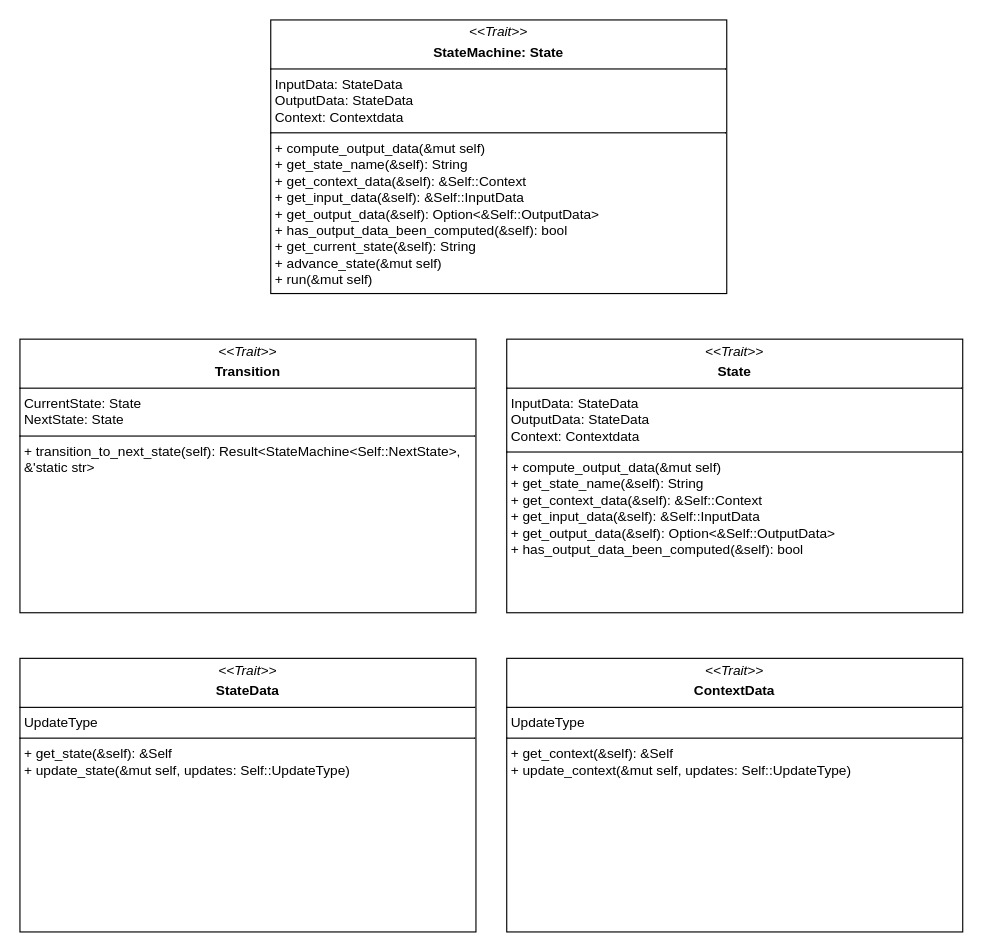
DeCa09/state_machine keeps this draw.io diagram as design/uml_class_diagram/state_machine.drawio. Above is the earlier version. Source tidied: cells renumbered, new cells numbered last; positions are measured from the earlier drawing's top-left corner, leaving out a move shared by most shapes. Both pictures are drawn from the tidied source at 114%, with x=0, y=0 at pixel (19, 19).
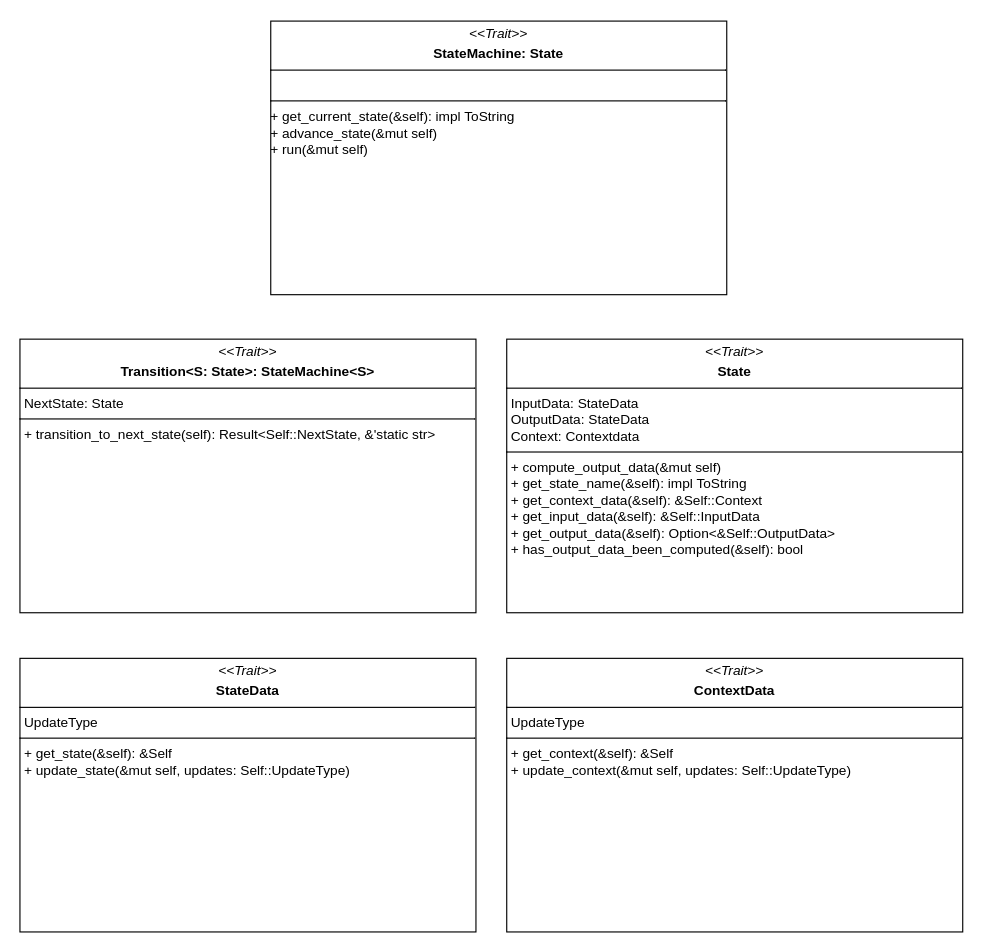
Above is the later version.

Commit message (it also covers changes not shown here):
design: update architecture diagram

Diff of the diagram source:
```diff
@@
 <mxGraphModel>
   <root>
     <mxCell id="0" />
     <mxCell id="1" parent="0" />
-    <mxCell id="2" value="&lt;p style=&quot;margin:0px;margin-top:4px;text-align:center;&quot;&gt;&lt;i&gt;&amp;lt;&amp;lt;Trait&amp;gt;&amp;gt;&lt;/i&gt;&lt;/p&gt;&lt;p style=&quot;margin:0px;margin-top:4px;text-align:center;&quot;&gt;&lt;b&gt;State&lt;/b&gt;&lt;br&gt;&lt;/p&gt;&lt;hr size=&quot;1&quot; style=&quot;border-style:solid;&quot;&gt;&lt;p style=&quot;margin:0px;margin-left:4px;&quot;&gt;InputData: StateData&lt;br&gt;OutputData: StateData&lt;/p&gt;&lt;p style=&quot;margin:0px;margin-left:4px;&quot;&gt;Context: Contextdata&lt;br&gt;&lt;/p&gt;&lt;hr size=&quot;1&quot; style=&quot;border-style:solid;&quot;&gt;&lt;p style=&quot;margin:0px;margin-left:4px;&quot;&gt;+ compute_output_data(&amp;amp;mut self)&lt;/p&gt;&lt;p style=&quot;margin:0px;margin-left:4px;&quot;&gt;+ get_state_name(&amp;amp;self): String&lt;br&gt;&lt;/p&gt;&lt;p style=&quot;margin:0px;margin-left:4px;&quot;&gt;+ get_context_data(&amp;amp;self): &amp;amp;Self::Context&lt;/p&gt;&lt;p style=&quot;margin:0px;margin-left:4px;&quot;&gt;+ get_input_data(&amp;amp;self): &amp;amp;Self::InputData&lt;/p&gt;&lt;p style=&quot;margin:0px;margin-left:4px;&quot;&gt;+ get_output_data(&amp;amp;self): Option&amp;lt;&amp;amp;Self::OutputData&amp;gt;&lt;/p&gt;&lt;p style=&quot;margin:0px;margin-left:4px;&quot;&gt;+ has_output_data_been_computed(&amp;amp;self): bool&lt;/p&gt;&lt;p style=&quot;margin:0px;margin-left:4px;&quot;&gt;&lt;/p&gt;&lt;p style=&quot;margin:0px;margin-left:4px;&quot;&gt;&lt;/p&gt;&lt;p style=&quot;margin:0px;margin-left:4px;&quot;&gt;&lt;/p&gt;" style="verticalAlign=top;align=left;overflow=fill;html=1;whiteSpace=wrap;" parent="1" vertex="1">
+    <mxCell id="2" value="&lt;p style=&quot;margin:0px;margin-top:4px;text-align:center;&quot;&gt;&lt;i&gt;&amp;lt;&amp;lt;Trait&amp;gt;&amp;gt;&lt;/i&gt;&lt;/p&gt;&lt;p style=&quot;margin:0px;margin-top:4px;text-align:center;&quot;&gt;&lt;b&gt;State&lt;/b&gt;&lt;br&gt;&lt;/p&gt;&lt;hr size=&quot;1&quot; style=&quot;border-style:solid;&quot;&gt;&lt;p style=&quot;margin:0px;margin-left:4px;&quot;&gt;InputData: StateData&lt;br&gt;OutputData: StateData&lt;/p&gt;&lt;p style=&quot;margin:0px;margin-left:4px;&quot;&gt;Context: Contextdata&lt;br&gt;&lt;/p&gt;&lt;hr size=&quot;1&quot; style=&quot;border-style:solid;&quot;&gt;&lt;p style=&quot;margin:0px;margin-left:4px;&quot;&gt;+ compute_output_data(&amp;amp;mut self)&lt;/p&gt;&lt;p style=&quot;margin:0px;margin-left:4px;&quot;&gt;+ get_state_name(&amp;amp;self): impl ToString&lt;br&gt;&lt;/p&gt;&lt;p style=&quot;margin:0px;margin-left:4px;&quot;&gt;+ get_context_data(&amp;amp;self): &amp;amp;Self::Context&lt;/p&gt;&lt;p style=&quot;margin:0px;margin-left:4px;&quot;&gt;+ get_input_data(&amp;amp;self): &amp;amp;Self::InputData&lt;/p&gt;&lt;p style=&quot;margin:0px;margin-left:4px;&quot;&gt;+ get_output_data(&amp;amp;self): Option&amp;lt;&amp;amp;Self::OutputData&amp;gt;&lt;/p&gt;&lt;p style=&quot;margin:0px;margin-left:4px;&quot;&gt;+ has_output_data_been_computed(&amp;amp;self): bool&lt;/p&gt;&lt;p style=&quot;margin:0px;margin-left:4px;&quot;&gt;&lt;/p&gt;&lt;p style=&quot;margin:0px;margin-left:4px;&quot;&gt;&lt;/p&gt;&lt;p style=&quot;margin:0px;margin-left:4px;&quot;&gt;&lt;/p&gt;" style="verticalAlign=top;align=left;overflow=fill;html=1;whiteSpace=wrap;" parent="1" vertex="1">
       <mxGeometry x="427" y="280" width="400" height="240" as="geometry" />
     </mxCell>
     <mxCell id="3" value="&lt;p style=&quot;margin:0px;margin-top:4px;text-align:center;&quot;&gt;&lt;i&gt;&amp;lt;&amp;lt;Trait&amp;gt;&amp;gt;&lt;/i&gt;&lt;/p&gt;&lt;p style=&quot;margin:0px;margin-top:4px;text-align:center;&quot;&gt;&lt;b&gt;ContextData&lt;/b&gt;&lt;br&gt;&lt;/p&gt;&lt;hr size=&quot;1&quot; style=&quot;border-style:solid;&quot;&gt;&lt;p style=&quot;margin:0px;margin-left:4px;&quot;&gt;UpdateType&lt;br&gt;&lt;/p&gt;&lt;hr size=&quot;1&quot; style=&quot;border-style:solid;&quot;&gt;&lt;p style=&quot;margin:0px;margin-left:4px;&quot;&gt;+ get_context(&amp;amp;self): &amp;amp;Self&lt;br&gt;&lt;/p&gt;&lt;p style=&quot;margin:0px;margin-left:4px;&quot;&gt;+ update_context(&amp;amp;mut self, updates: Self::UpdateType)&lt;/p&gt;&lt;p style=&quot;margin:0px;margin-left:4px;&quot;&gt;&lt;br&gt;&lt;/p&gt;&lt;p style=&quot;margin:0px;margin-left:4px;&quot;&gt;&lt;/p&gt;&lt;p style=&quot;margin:0px;margin-left:4px;&quot;&gt;&lt;/p&gt;&lt;p style=&quot;margin:0px;margin-left:4px;&quot;&gt;&lt;/p&gt;" style="verticalAlign=top;align=left;overflow=fill;html=1;whiteSpace=wrap;" parent="1" vertex="1">
       <mxGeometry x="427" y="560" width="400" height="240" as="geometry" />
     </mxCell>
     <mxCell id="4" value="&lt;p style=&quot;margin:0px;margin-top:4px;text-align:center;&quot;&gt;&lt;i&gt;&amp;lt;&amp;lt;Trait&amp;gt;&amp;gt;&lt;/i&gt;&lt;/p&gt;&lt;p style=&quot;margin:0px;margin-top:4px;text-align:center;&quot;&gt;&lt;b&gt;StateData&lt;/b&gt;&lt;br&gt;&lt;/p&gt;&lt;hr size=&quot;1&quot; style=&quot;border-style:solid;&quot;&gt;&lt;p style=&quot;margin:0px;margin-left:4px;&quot;&gt;UpdateType&lt;br&gt;&lt;/p&gt;&lt;hr size=&quot;1&quot; style=&quot;border-style:solid;&quot;&gt;&lt;p style=&quot;margin:0px;margin-left:4px;&quot;&gt;+ get_state(&amp;amp;self): &amp;amp;Self&lt;br&gt;&lt;/p&gt;&lt;p style=&quot;margin:0px;margin-left:4px;&quot;&gt;+ update_state(&amp;amp;mut self, updates: Self::UpdateType)&lt;/p&gt;&lt;p style=&quot;margin:0px;margin-left:4px;&quot;&gt;&lt;br&gt;&lt;/p&gt;&lt;p style=&quot;margin:0px;margin-left:4px;&quot;&gt;&lt;/p&gt;&lt;p style=&quot;margin:0px;margin-left:4px;&quot;&gt;&lt;/p&gt;&lt;p style=&quot;margin:0px;margin-left:4px;&quot;&gt;&lt;/p&gt;" style="verticalAlign=top;align=left;overflow=fill;html=1;whiteSpace=wrap;" parent="1" vertex="1">
       <mxGeometry y="560" width="400" height="240" as="geometry" />
     </mxCell>
-    <mxCell id="5" value="&lt;p style=&quot;margin:0px;margin-top:4px;text-align:center;&quot;&gt;&lt;i&gt;&amp;lt;&amp;lt;Trait&amp;gt;&amp;gt;&lt;/i&gt;&lt;/p&gt;&lt;p style=&quot;margin:0px;margin-top:4px;text-align:center;&quot;&gt;&lt;b&gt;StateMachine: State&lt;/b&gt;&lt;br&gt;&lt;/p&gt;&lt;hr size=&quot;1&quot; style=&quot;border-style:solid;&quot;&gt;&lt;p style=&quot;margin:0px;margin-left:4px;&quot;&gt;InputData: StateData&lt;br&gt;OutputData: StateData&lt;/p&gt;&lt;p style=&quot;margin:0px;margin-left:4px;&quot;&gt;Context: Contextdata&lt;br&gt;&lt;/p&gt;&lt;hr size=&quot;1&quot; style=&quot;border-style:solid;&quot;&gt;&lt;p style=&quot;margin:0px;margin-left:4px;&quot;&gt;+ compute_output_data(&amp;amp;mut self)&lt;/p&gt;&lt;p style=&quot;margin:0px;margin-left:4px;&quot;&gt;+ get_state_name(&amp;amp;self): String&lt;br&gt;&lt;/p&gt;&lt;p style=&quot;margin:0px;margin-left:4px;&quot;&gt;+ get_context_data(&amp;amp;self): &amp;amp;Self::Context&lt;/p&gt;&lt;p style=&quot;margin:0px;margin-left:4px;&quot;&gt;+ get_input_data(&amp;amp;self): &amp;amp;Self::InputData&lt;/p&gt;&lt;p style=&quot;margin:0px;margin-left:4px;&quot;&gt;+ get_output_data(&amp;amp;self): Option&amp;lt;&amp;amp;Self::OutputData&amp;gt;&lt;/p&gt;&lt;p style=&quot;margin:0px;margin-left:4px;&quot;&gt;+ has_output_data_been_computed(&amp;amp;self): bool&lt;/p&gt;&lt;p style=&quot;margin:0px;margin-left:4px;&quot;&gt;+ get_current_state(&amp;amp;self): String&lt;/p&gt;&lt;p style=&quot;margin:0px;margin-left:4px;&quot;&gt;+ advance_state(&amp;amp;mut self)&lt;/p&gt;&lt;p style=&quot;margin:0px;margin-left:4px;&quot;&gt;+ run(&amp;amp;mut self)&lt;br&gt;&lt;/p&gt;&lt;p style=&quot;margin:0px;margin-left:4px;&quot;&gt;&lt;/p&gt;&lt;p style=&quot;margin:0px;margin-left:4px;&quot;&gt;&lt;/p&gt;&lt;p style=&quot;margin:0px;margin-left:4px;&quot;&gt;&lt;/p&gt;" style="verticalAlign=top;align=left;overflow=fill;html=1;whiteSpace=wrap;" parent="1" vertex="1">
-      <mxGeometry x="220" width="400" height="240" as="geometry" />
+    <mxCell id="5" value="&lt;p style=&quot;margin:0px;margin-top:4px;text-align:center;&quot;&gt;&lt;i&gt;&amp;lt;&amp;lt;Trait&amp;gt;&amp;gt;&lt;/i&gt;&lt;/p&gt;&lt;p style=&quot;margin:0px;margin-top:4px;text-align:center;&quot;&gt;&lt;b&gt;StateMachine: State&lt;/b&gt;&lt;br&gt;&lt;/p&gt;&lt;hr size=&quot;1&quot; style=&quot;border-style:solid;&quot;&gt;&lt;br&gt;&lt;hr size=&quot;1&quot; style=&quot;border-style:solid;&quot;&gt;&lt;div&gt;+ get_current_state(&amp;amp;self): impl ToString&lt;br&gt;&lt;/div&gt;&lt;div&gt;+ advance_state(&amp;amp;mut self)&lt;/div&gt;&lt;div&gt;+ run(&amp;amp;mut self)&lt;/div&gt;&lt;p style=&quot;margin:0px;margin-left:4px;&quot;&gt;&lt;/p&gt;&lt;p style=&quot;margin:0px;margin-left:4px;&quot;&gt;&lt;/p&gt;&lt;p style=&quot;margin:0px;margin-left:4px;&quot;&gt;&lt;/p&gt;" style="verticalAlign=top;align=left;overflow=fill;html=1;whiteSpace=wrap;" parent="1" vertex="1">
+      <mxGeometry x="220" y="1" width="400" height="240" as="geometry" />
     </mxCell>
-    <mxCell id="6" value="&lt;p style=&quot;margin:0px;margin-top:4px;text-align:center;&quot;&gt;&lt;i&gt;&amp;lt;&amp;lt;Trait&amp;gt;&amp;gt;&lt;/i&gt;&lt;/p&gt;&lt;p style=&quot;margin:0px;margin-top:4px;text-align:center;&quot;&gt;&lt;b&gt;Transition&lt;/b&gt;&lt;br&gt;&lt;/p&gt;&lt;hr size=&quot;1&quot; style=&quot;border-style:solid;&quot;&gt;&lt;p style=&quot;margin:0px;margin-left:4px;&quot;&gt;CurrentState: State&lt;br&gt;&lt;/p&gt;&lt;p style=&quot;margin:0px;margin-left:4px;&quot;&gt;NextState: State&lt;/p&gt;&lt;hr size=&quot;1&quot; style=&quot;border-style:solid;&quot;&gt;&lt;p style=&quot;margin:0px;margin-left:4px;&quot;&gt;+ transition_to_next_state(self): Result&amp;lt;StateMachine&amp;lt;Self::NextState&amp;gt;, &amp;amp;'static str&amp;gt;&lt;br&gt;&lt;/p&gt;&lt;p style=&quot;margin:0px;margin-left:4px;&quot;&gt;&lt;/p&gt;&lt;p style=&quot;margin:0px;margin-left:4px;&quot;&gt;&lt;/p&gt;&lt;p style=&quot;margin:0px;margin-left:4px;&quot;&gt;&lt;/p&gt;" style="verticalAlign=top;align=left;overflow=fill;html=1;whiteSpace=wrap;" parent="1" vertex="1">
+    <mxCell id="6" value="&lt;p style=&quot;margin:0px;margin-top:4px;text-align:center;&quot;&gt;&lt;i&gt;&amp;lt;&amp;lt;Trait&amp;gt;&amp;gt;&lt;/i&gt;&lt;/p&gt;&lt;p style=&quot;margin:0px;margin-top:4px;text-align:center;&quot;&gt;&lt;b&gt;Transition&amp;lt;S: State&amp;gt;: StateMachine&amp;lt;S&amp;gt;&lt;/b&gt;&lt;br&gt;&lt;/p&gt;&lt;hr size=&quot;1&quot; style=&quot;border-style:solid;&quot;&gt;&lt;p style=&quot;margin:0px;margin-left:4px;&quot;&gt;NextState: State&lt;/p&gt;&lt;hr size=&quot;1&quot; style=&quot;border-style:solid;&quot;&gt;&lt;p style=&quot;margin:0px;margin-left:4px;&quot;&gt;+ transition_to_next_state(self): Result&amp;lt;Self::NextState, &amp;amp;'static str&amp;gt;&lt;br&gt;&lt;/p&gt;&lt;p style=&quot;margin:0px;margin-left:4px;&quot;&gt;&lt;/p&gt;&lt;p style=&quot;margin:0px;margin-left:4px;&quot;&gt;&lt;/p&gt;&lt;p style=&quot;margin:0px;margin-left:4px;&quot;&gt;&lt;/p&gt;" style="verticalAlign=top;align=left;overflow=fill;html=1;whiteSpace=wrap;" parent="1" vertex="1">
       <mxGeometry y="280" width="400" height="240" as="geometry" />
     </mxCell>
   </root>
 </mxGraphModel>
```
